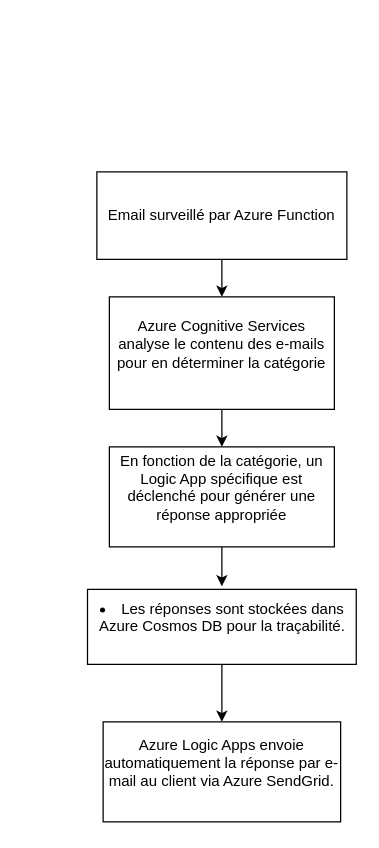
This is Schema_Flux_Travail.drawio from HrexD/Azure-Project, a draw.io file, before an edit. Source tidied: cells renumbered, new cells numbered last; positions are measured from the earlier drawing's top-left corner, leaving out a move shared by most shapes. Both pictures are drawn from the tidied source at 125%, with x=0, y=0 at pixel (86, 171).
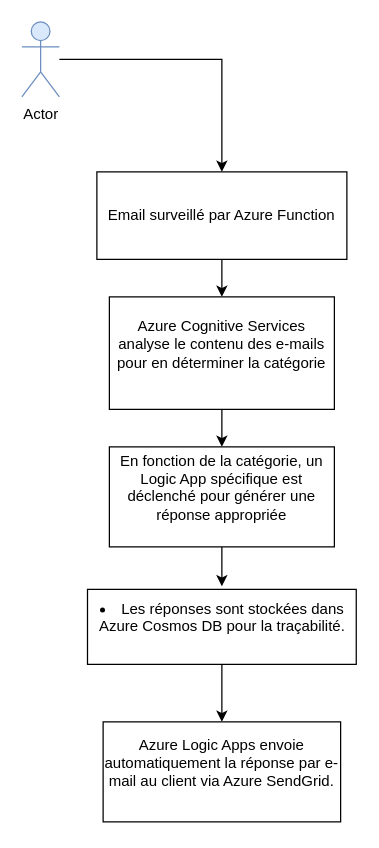
Above is the later version.

Commit message:
Mettre à jour Schema_Flux_Travail.drawio

What changed in the source:
```diff
@@
 <mxGraphModel>
   <root>
     <mxCell id="0" />
     <mxCell id="1" parent="0" />
     <mxCell id="2" style="edgeStyle=orthogonalEdgeStyle;rounded=0;jettySize=auto;html=1;" parent="1" edge="1" source="3" target="5">
       <mxGeometry relative="1" as="geometry" />
     </mxCell>
     <mxCell id="3" value="Email surveillé par Azure Function" style="rounded=0;whiteSpace=wrap;html=1;" parent="1" vertex="1">
       <mxGeometry x="8" width="200" height="70" as="geometry" />
     </mxCell>
     <mxCell id="4" style="edgeStyle=orthogonalEdgeStyle;rounded=0;jettySize=auto;html=1;" parent="1" edge="1" source="5" target="6">
       <mxGeometry relative="1" as="geometry" />
     </mxCell>
     <mxCell id="5" value="&#10;Azure Cognitive Services analyse le contenu des e-mails pour en déterminer la catégorie&#10;&#10;" style="rounded=0;whiteSpace=wrap;html=1;" parent="1" vertex="1">
       <mxGeometry x="18" y="100" width="180" height="90" as="geometry" />
     </mxCell>
     <mxCell id="6" value="&#10;En fonction de la catégorie, un Logic App spécifique est déclenché pour générer une réponse appropriée&#10;&#10;" style="rounded=0;whiteSpace=wrap;html=1;" parent="1" vertex="1">
       <mxGeometry x="18" y="220" width="180" height="80" as="geometry" />
     </mxCell>
     <mxCell id="7" style="edgeStyle=orthogonalEdgeStyle;rounded=0;jettySize=auto;html=1;" parent="1" edge="1" source="8" target="10">
       <mxGeometry relative="1" as="geometry" />
     </mxCell>
     <mxCell id="8" value="&#10;&lt;li&gt;Les réponses sont stockées dans Azure Cosmos DB pour la traçabilité.&lt;/li&gt;&#10;&#10;" style="rounded=0;whiteSpace=wrap;html=1;" parent="1" vertex="1">
       <mxGeometry x="0.5" y="334" width="215" height="60" as="geometry" />
     </mxCell>
     <mxCell id="9" style="edgeStyle=orthogonalEdgeStyle;rounded=0;jettySize=auto;html=1;entryX=0.5;entryY=-0.041;entryDx=0;entryDy=0;entryPerimeter=0;" parent="1" edge="1" source="6" target="8">
       <mxGeometry relative="1" as="geometry" />
     </mxCell>
     <mxCell id="10" value="&#10;Azure Logic Apps envoie automatiquement la réponse par e-mail au client via Azure SendGrid.&#10;&#10;" style="whiteSpace=wrap;html=1;rounded=0;" parent="1" vertex="1">
       <mxGeometry x="13" y="440" width="190" height="80" as="geometry" />
     </mxCell>
+    <mxCell id="11" style="edgeStyle=orthogonalEdgeStyle;rounded=0;jettySize=auto;html=1;entryX=0.5;entryY=0;entryDx=0;entryDy=0;" parent="1" edge="1" source="12" target="3">
+      <mxGeometry relative="1" as="geometry" />
+    </mxCell>
+    <mxCell id="12" value="Actor" style="shape=umlActor;verticalLabelPosition=bottom;verticalAlign=top;html=1;outlineConnect=0;fillColor=#dae8fc;strokeColor=#6c8ebf;" parent="1" vertex="1">
+      <mxGeometry x="-52" y="-120" width="30" height="60" as="geometry" />
+    </mxCell>
   </root>
 </mxGraphModel>
```
